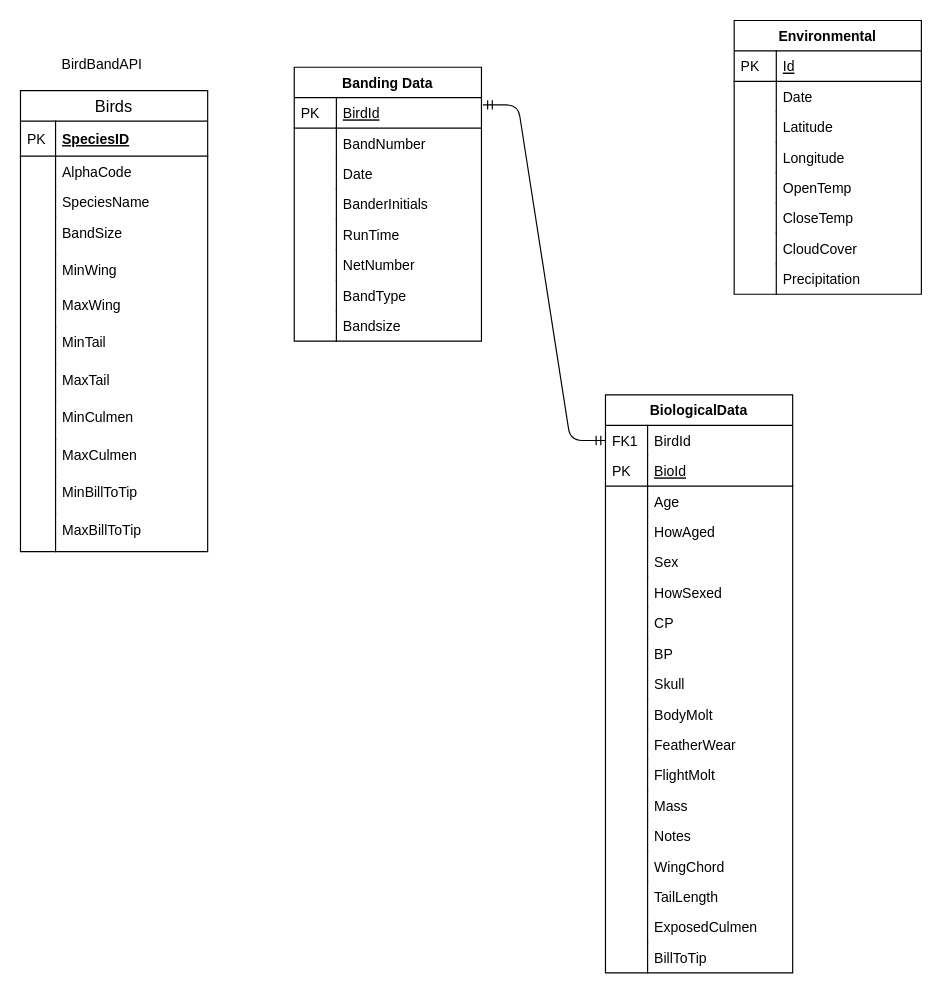
This is ERD.drawio from DMKiehl/BandTheBird, a draw.io file, before an edit. Source tidied: cells renumbered, new cells numbered last; positions are measured from the earlier drawing's top-left corner, leaving out a move shared by most shapes. Both pictures are drawn from the tidied source at 117%, with x=0, y=0 at pixel (20, 20).
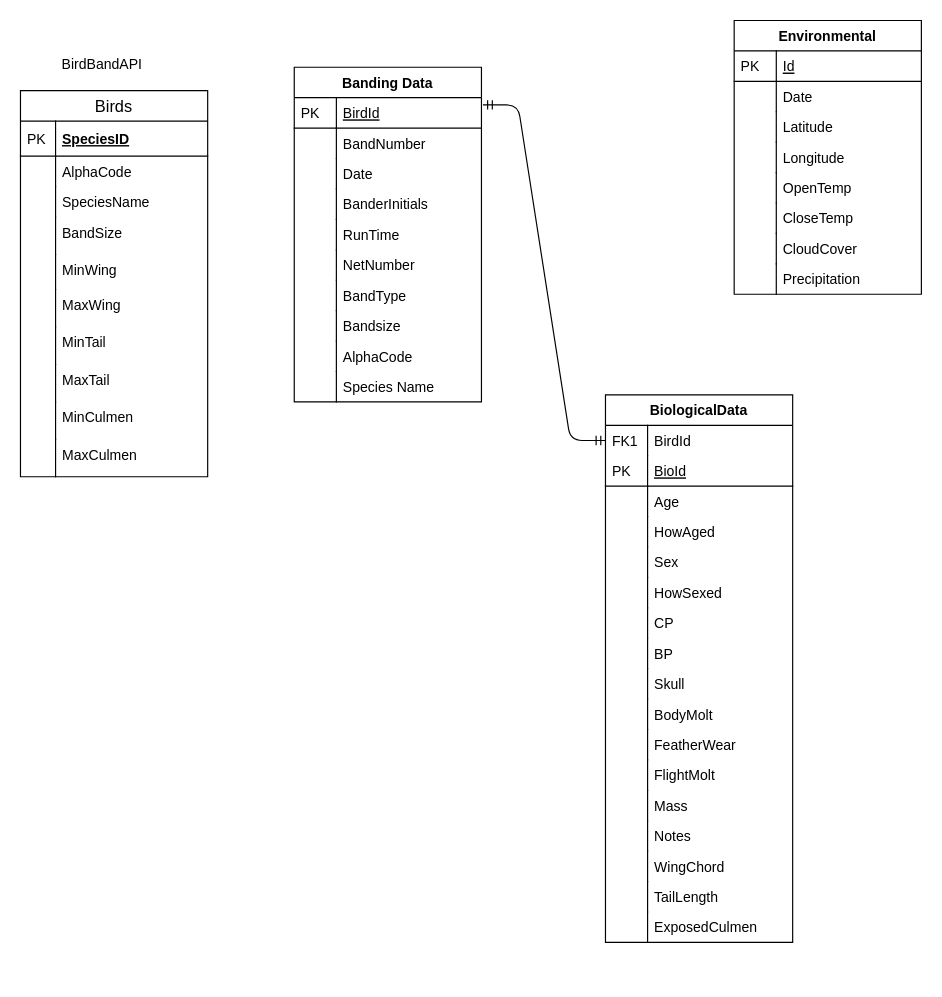
Above is the later version.

Commit message (it also covers changes not shown here):
Added a column and removed 2 columns from Species model, began seeding data in the ApplicationDbContext.

Diff of the diagram source:
```diff
@@
     <mxCell id="2" value="Birds" style="swimlane;fontStyle=0;horizontal=1;startSize=26;align=center;fontSize=14;" parent="1" vertex="1">
-      <mxGeometry y="60" width="160" height="394" as="geometry" />
+      <mxGeometry y="60" width="160" height="330" as="geometry" />
     </mxCell>
@@
-    <mxCell id="23" value="MinBillToTip" style="shape=partialRectangle;top=0;left=0;right=0;bottom=0;align=left;verticalAlign=top;fillColor=none;spacingLeft=34;spacingRight=4;overflow=hidden;fontSize=12;" parent="2" vertex="1">
-      <mxGeometry y="330" width="160" height="32" as="geometry" />
-    </mxCell>
-    <mxCell id="24" style="shape=partialRectangle;top=0;left=0;bottom=0;fillColor=none;align=left;verticalAlign=top;spacingLeft=4;spacingRight=4;overflow=hidden;fontSize=12;" parent="23" vertex="1">
-      <mxGeometry width="30" height="32" as="geometry" />
-    </mxCell>
-    <mxCell id="25" value="MaxBillToTip" style="shape=partialRectangle;top=0;left=0;right=0;bottom=0;align=left;verticalAlign=top;fillColor=none;spacingLeft=34;spacingRight=4;overflow=hidden;fontSize=12;" parent="2" vertex="1">
-      <mxGeometry y="362" width="160" height="32" as="geometry" />
-    </mxCell>
-    <mxCell id="26" style="shape=partialRectangle;top=0;left=0;bottom=0;fillColor=none;align=left;verticalAlign=top;spacingLeft=4;spacingRight=4;overflow=hidden;fontSize=12;" parent="25" vertex="1">
-      <mxGeometry width="30" height="32" as="geometry" />
-    </mxCell>
@@
     <mxCell id="28" value="Banding Data" style="swimlane;fontStyle=1;horizontal=1;startSize=26;rounded=0;shadow=0;strokeWidth=1;" parent="1" vertex="1">
-      <mxGeometry x="234" y="40" width="160" height="234" as="geometry" />
+      <mxGeometry x="234" y="40" width="160" height="286" as="geometry" />
     </mxCell>
@@
+    <mxCell id="100" value="AlphaCode" style="shape=partialRectangle;top=0;left=0;right=0;bottom=0;align=left;verticalAlign=top;fillColor=none;spacingLeft=40;spacingRight=4;overflow=hidden;rounded=0;shadow=0;strokeWidth=1;" parent="28" vertex="1">
+      <mxGeometry y="234" width="160" height="26" as="geometry" />
+    </mxCell>
+    <mxCell id="101" style="shape=partialRectangle;top=0;left=0;bottom=0;fillColor=none;align=left;verticalAlign=top;spacingLeft=4;spacingRight=4;overflow=hidden;" parent="100" vertex="1">
+      <mxGeometry width="36" height="26" as="geometry" />
+    </mxCell>
+    <mxCell id="102" value="Species Name" style="shape=partialRectangle;top=0;left=0;right=0;bottom=0;align=left;verticalAlign=top;fillColor=none;spacingLeft=40;spacingRight=4;overflow=hidden;rounded=0;shadow=0;strokeWidth=1;" parent="28" vertex="1">
+      <mxGeometry y="260" width="160" height="26" as="geometry" />
+    </mxCell>
+    <mxCell id="103" style="shape=partialRectangle;top=0;left=0;bottom=0;fillColor=none;align=left;verticalAlign=top;spacingLeft=4;spacingRight=4;overflow=hidden;" parent="102" vertex="1">
+      <mxGeometry width="36" height="26" as="geometry" />
+    </mxCell>
@@
     <mxCell id="63" value="BiologicalData" style="swimlane;fontStyle=1;horizontal=1;startSize=26;rounded=0;shadow=0;strokeWidth=1;" parent="1" vertex="1">
-      <mxGeometry x="500" y="320" width="160" height="494" as="geometry" />
+      <mxGeometry x="500" y="320" width="160" height="468" as="geometry" />
     </mxCell>
@@
-    <mxCell id="98" value="BillToTip" style="shape=partialRectangle;top=0;left=0;right=0;bottom=0;align=left;verticalAlign=top;fillColor=none;spacingLeft=40;spacingRight=4;overflow=hidden;rounded=0;shadow=0;strokeWidth=1;" parent="63" vertex="1">
-      <mxGeometry y="468" width="160" height="26" as="geometry" />
-    </mxCell>
-    <mxCell id="99" style="shape=partialRectangle;top=0;left=0;bottom=0;fillColor=none;align=left;verticalAlign=top;spacingLeft=4;spacingRight=4;overflow=hidden;" parent="98" vertex="1">
-      <mxGeometry width="36" height="26" as="geometry" />
-    </mxCell>
```
